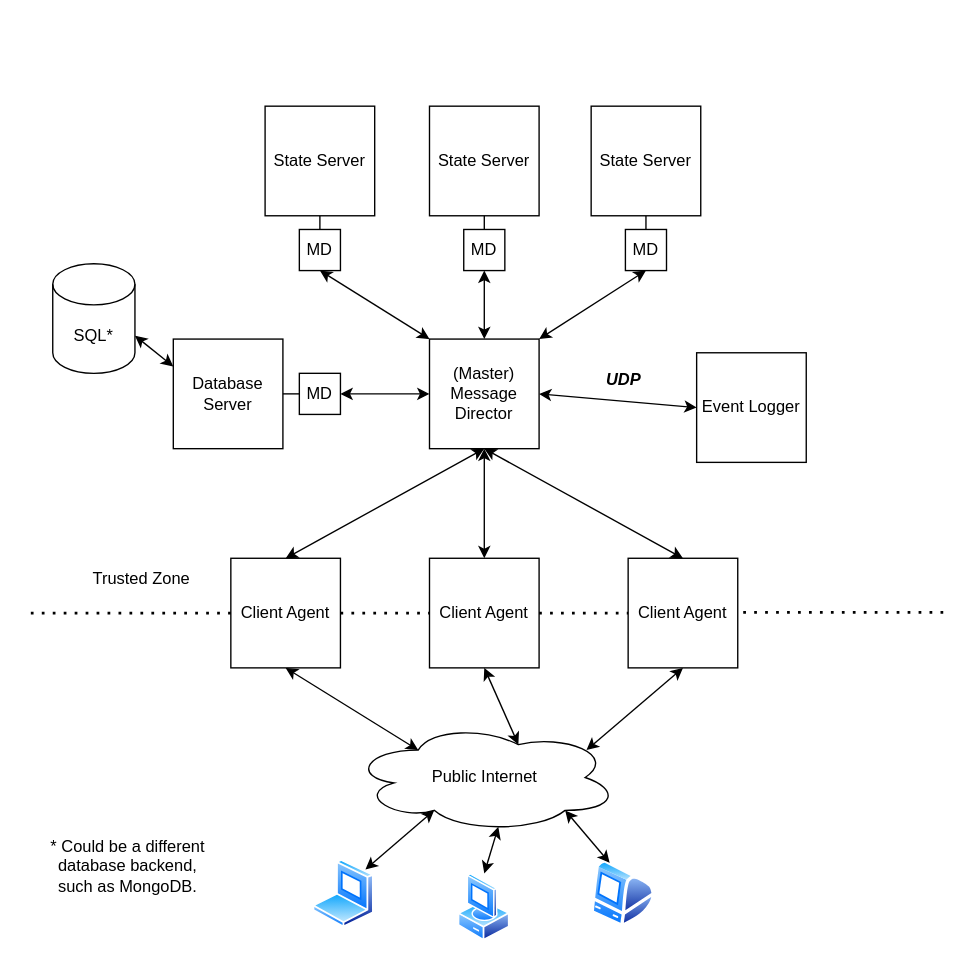
Before: docs/images/cluster_diagram.drawio in donet-server/donet, a draw.io diagram. Source tidied: cells renumbered, new cells numbered last; positions are measured from the earlier drawing's top-left corner, leaving out a move shared by most shapes. Both pictures are drawn from the tidied source at 137%, with x=0, y=0 at pixel (25, 105).
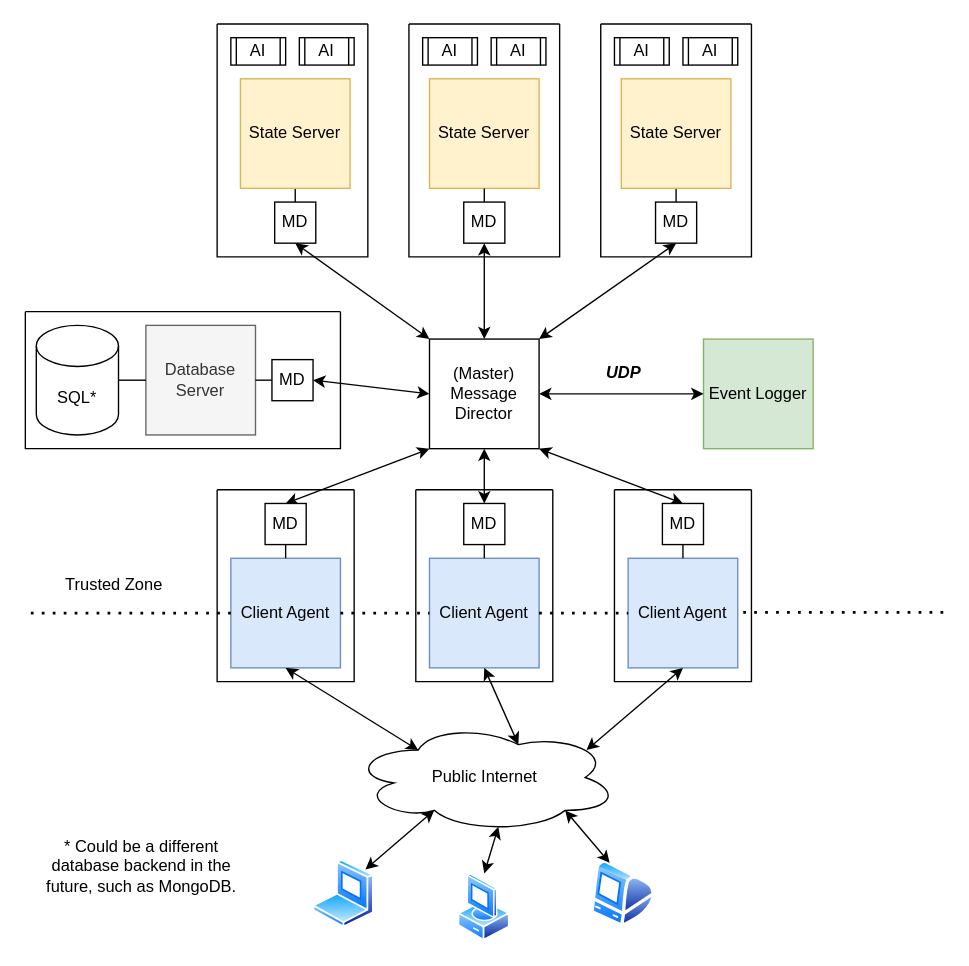
The same page after the edit.

The change refers to these unchanged cells:
```xml
<mxCell id="2" value="&lt;div&gt;(Master)&lt;br&gt;&lt;/div&gt;&lt;div&gt;Message Director&lt;/div&gt;" style="whiteSpace=wrap;html=1;" parent="1" vertex="1">
  <mxGeometry x="295" y="170" width="80" height="80" as="geometry" />
</mxCell>
```

What changed in the source:
```diff
@@
-    <mxCell id="3" value="Client Agent" style="whiteSpace=wrap;html=1;" parent="1" vertex="1">
+    <mxCell id="3" value="Client Agent" style="whiteSpace=wrap;html=1;fillColor=#dae8fc;strokeColor=#6c8ebf;" parent="1" vertex="1">
       <mxGeometry x="295" y="330" width="80" height="80" as="geometry" />
     </mxCell>
-    <mxCell id="4" value="Client Agent" style="whiteSpace=wrap;html=1;" parent="1" vertex="1">
+    <mxCell id="4" value="Client Agent" style="whiteSpace=wrap;html=1;fillColor=#dae8fc;strokeColor=#6c8ebf;" parent="1" vertex="1">
       <mxGeometry x="440" y="330" width="80" height="80" as="geometry" />
     </mxCell>
-    <mxCell id="5" value="Client Agent" style="whiteSpace=wrap;html=1;" parent="1" vertex="1">
+    <mxCell id="5" value="Client Agent" style="whiteSpace=wrap;html=1;fillColor=#dae8fc;strokeColor=#6c8ebf;" parent="1" vertex="1">
       <mxGeometry x="150" y="330" width="80" height="80" as="geometry" />
     </mxCell>
-    <mxCell id="6" value="Event Logger" style="whiteSpace=wrap;html=1;" parent="1" vertex="1">
-      <mxGeometry x="490" y="180" width="80" height="80" as="geometry" />
+    <mxCell id="6" value="Event Logger" style="whiteSpace=wrap;html=1;fillColor=#d5e8d4;strokeColor=#82b366;" parent="1" vertex="1">
+      <mxGeometry x="495" y="170" width="80" height="80" as="geometry" />
     </mxCell>
     <mxCell id="7" value="MD" style="whiteSpace=wrap;html=1;" parent="1" vertex="1">
-      <mxGeometry x="320" y="90" width="30" height="30" as="geometry" />
+      <mxGeometry x="320" y="70" width="30" height="30" as="geometry" />
     </mxCell>
-    <mxCell id="8" value="State Server" style="whiteSpace=wrap;html=1;" parent="1" vertex="1">
-      <mxGeometry x="295" width="80" height="80" as="geometry" />
+    <mxCell id="8" value="State Server" style="whiteSpace=wrap;html=1;fillColor=#fff2cc;strokeColor=#d6b656;" parent="1" vertex="1">
+      <mxGeometry x="295" y="-20" width="80" height="80" as="geometry" />
     </mxCell>
-    <mxCell id="9" style="endArrow=classic;startArrow=classic;html=1;rounded=0;exitX=0.5;exitY=0;exitDx=0;exitDy=0;entryX=0.5;entryY=1;entryDx=0;entryDy=0;" parent="1" edge="1" source="5" target="2">
+    <mxCell id="9" style="endArrow=classic;startArrow=classic;html=1;rounded=0;exitX=0.5;exitY=0;exitDx=0;exitDy=0;entryX=0;entryY=1;entryDx=0;entryDy=0;" parent="1" edge="1" source="46" target="2">
       <mxGeometry relative="1" as="geometry" />
     </mxCell>
-    <mxCell id="10" style="endArrow=classic;startArrow=classic;html=1;rounded=0;entryX=0.5;entryY=1;entryDx=0;entryDy=0;exitX=0.5;exitY=0;exitDx=0;exitDy=0;" parent="1" edge="1" source="3" target="2">
+    <mxCell id="10" style="endArrow=classic;startArrow=classic;html=1;rounded=0;entryX=0.5;entryY=1;entryDx=0;entryDy=0;exitX=0.5;exitY=0;exitDx=0;exitDy=0;" parent="1" edge="1" source="47" target="2">
       <mxGeometry relative="1" as="geometry" />
     </mxCell>
-    <mxCell id="11" style="endArrow=classic;startArrow=classic;html=1;rounded=0;entryX=0.5;entryY=1;entryDx=0;entryDy=0;exitX=0.5;exitY=0;exitDx=0;exitDy=0;" parent="1" edge="1" source="4" target="2">
+    <mxCell id="11" style="endArrow=classic;startArrow=classic;html=1;rounded=0;entryX=1;entryY=1;entryDx=0;entryDy=0;exitX=0.5;exitY=0;exitDx=0;exitDy=0;" parent="1" edge="1" source="48" target="2">
       <mxGeometry relative="1" as="geometry" />
     </mxCell>
@@
     <mxCell id="15" value="UDP" style="text;html=1;strokeColor=none;fillColor=none;align=center;verticalAlign=middle;whiteSpace=wrap;rounded=0;rotation=0;fontStyle=3;" parent="1" vertex="1">
-      <mxGeometry x="401.5" y="190" width="70" height="20" as="geometry" />
+      <mxGeometry x="401.5" y="185" width="70" height="20" as="geometry" />
     </mxCell>
     <mxCell id="16" value="Trusted Zone" style="text;html=1;strokeColor=none;fillColor=none;align=center;verticalAlign=middle;whiteSpace=wrap;rounded=0;" parent="1" vertex="1">
-      <mxGeometry x="30" y="330" width="110" height="30" as="geometry" />
+      <mxGeometry x="10" y="335" width="110" height="30" as="geometry" />
     </mxCell>
-    <mxCell id="17" style="endArrow=none;dashed=1;html=1;dashPattern=1 3;strokeWidth=2;rounded=0;exitX=1;exitY=0.5;exitDx=0;exitDy=0;entryX=0;entryY=0.5;entryDx=0;entryDy=0;" parent="1" edge="1" source="5" target="3">
+    <mxCell id="17" style="endArrow=none;dashed=1;html=1;dashPattern=1 3;strokeWidth=2;rounded=0;exitX=1;exitY=0.5;exitDx=0;exitDy=0;entryX=0;entryY=0.5;entryDx=0;entryDy=0;fontColor=#FF6666;" parent="1" edge="1" source="5" target="3">
       <mxGeometry relative="1" as="geometry" />
     </mxCell>
-    <mxCell id="18" style="endArrow=none;dashed=1;html=1;dashPattern=1 3;strokeWidth=2;rounded=0;exitX=1;exitY=0.5;exitDx=0;exitDy=0;entryX=0;entryY=0.5;entryDx=0;entryDy=0;" parent="1" edge="1" source="3" target="4">
+    <mxCell id="18" style="endArrow=none;dashed=1;html=1;dashPattern=1 3;strokeWidth=2;rounded=0;exitX=1;exitY=0.5;exitDx=0;exitDy=0;entryX=0;entryY=0.5;entryDx=0;entryDy=0;fontColor=#FF6666;" parent="1" edge="1" source="3" target="4">
       <mxGeometry relative="1" as="geometry" />
     </mxCell>
-    <mxCell id="19" style="endArrow=none;dashed=1;html=1;dashPattern=1 3;strokeWidth=2;rounded=0;exitX=0;exitY=0.5;exitDx=0;exitDy=0;" parent="1" edge="1" source="5">
+    <mxCell id="19" style="endArrow=none;dashed=1;html=1;dashPattern=1 3;strokeWidth=2;rounded=0;exitX=0;exitY=0.5;exitDx=0;exitDy=0;fontColor=#FF6666;" parent="1" edge="1" source="5">
       <mxGeometry relative="1" as="geometry">
         <mxPoint y="370" as="targetPoint" />
       </mxGeometry>
     </mxCell>
@@
-    <mxCell id="31" value="State Server" style="whiteSpace=wrap;html=1;" parent="1" vertex="1">
-      <mxGeometry x="413" width="80" height="80" as="geometry" />
+    <mxCell id="31" value="State Server" style="whiteSpace=wrap;html=1;fillColor=#fff2cc;strokeColor=#d6b656;" parent="1" vertex="1">
+      <mxGeometry x="435" y="-20" width="80" height="80" as="geometry" />
     </mxCell>
     <mxCell id="32" value="MD" style="whiteSpace=wrap;html=1;" parent="1" vertex="1">
-      <mxGeometry x="438" y="90" width="30" height="30" as="geometry" />
+      <mxGeometry x="460" y="70" width="30" height="30" as="geometry" />
     </mxCell>
@@
-    <mxCell id="34" value="State Server" style="whiteSpace=wrap;html=1;" parent="1" vertex="1">
-      <mxGeometry x="175" width="80" height="80" as="geometry" />
+    <mxCell id="34" value="State Server" style="whiteSpace=wrap;html=1;fillColor=#fff2cc;strokeColor=#d6b656;" parent="1" vertex="1">
+      <mxGeometry x="157" y="-20" width="80" height="80" as="geometry" />
     </mxCell>
     <mxCell id="35" value="MD" style="whiteSpace=wrap;html=1;" parent="1" vertex="1">
-      <mxGeometry x="200" y="90" width="30" height="30" as="geometry" />
+      <mxGeometry x="182" y="70" width="30" height="30" as="geometry" />
     </mxCell>
@@
-    <mxCell id="38" value="Database Server" style="whiteSpace=wrap;html=1;" parent="1" vertex="1">
-      <mxGeometry x="108" y="170" width="80" height="80" as="geometry" />
+    <mxCell id="38" value="Database Server" style="whiteSpace=wrap;html=1;fillColor=#f5f5f5;fontColor=#333333;strokeColor=#666666;" parent="1" vertex="1">
+      <mxGeometry x="88" y="160" width="80" height="80" as="geometry" />
     </mxCell>
@@
     <mxCell id="40" value="MD" style="whiteSpace=wrap;html=1;" parent="1" vertex="1">
-      <mxGeometry x="200" y="195" width="30" height="30" as="geometry" />
+      <mxGeometry x="180" y="185" width="30" height="30" as="geometry" />
     </mxCell>
@@
     <mxCell id="42" value="SQL*" style="shape=cylinder3;whiteSpace=wrap;html=1;boundedLbl=1;backgroundOutline=1;size=15;" parent="1" vertex="1">
-      <mxGeometry x="20" y="115" width="60" height="80" as="geometry" />
+      <mxGeometry x="8" y="160" width="60" height="80" as="geometry" />
     </mxCell>
-    <mxCell id="43" style="endArrow=classic;startArrow=classic;html=1;rounded=0;entryX=1;entryY=0;entryDx=0;entryDy=52.5;entryPerimeter=0;exitX=0;exitY=0.25;exitDx=0;exitDy=0;" parent="1" edge="1" source="38" target="42">
-      <mxGeometry relative="1" as="geometry" />
-    </mxCell>
-    <mxCell id="44" style="endArrow=none;dashed=1;html=1;dashPattern=1 3;strokeWidth=2;rounded=0;exitX=0;exitY=0.5;exitDx=0;exitDy=0;" parent="1" edge="1">
+    <mxCell id="44" style="endArrow=none;dashed=1;html=1;dashPattern=1 3;strokeWidth=2;rounded=0;exitX=0;exitY=0.5;exitDx=0;exitDy=0;fontColor=#FF6666;" parent="1" edge="1">
       <mxGeometry relative="1" as="geometry">
         <mxPoint x="670" y="369.5" as="sourcePoint" />
         <mxPoint x="520" y="369.5" as="targetPoint" />
       </mxGeometry>
     </mxCell>
-    <mxCell id="45" value="* Could be a different database backend, such as MongoDB." style="text;html=1;strokeColor=none;fillColor=none;align=center;verticalAlign=middle;whiteSpace=wrap;rounded=0;" parent="1" vertex="1">
-      <mxGeometry x="10" y="530" width="130" height="50" as="geometry" />
+    <mxCell id="45" value="* Could be a different database backend in the future, such as MongoDB." style="text;html=1;strokeColor=none;fillColor=none;align=center;verticalAlign=middle;whiteSpace=wrap;rounded=0;" parent="1" vertex="1">
+      <mxGeometry x="10" y="530" width="150" height="50" as="geometry" />
     </mxCell>
+    <mxCell id="46" value="MD" style="whiteSpace=wrap;html=1;" parent="1" vertex="1">
+      <mxGeometry x="175" y="290" width="30" height="30" as="geometry" />
+    </mxCell>
+    <mxCell id="47" value="MD" style="whiteSpace=wrap;html=1;" parent="1" vertex="1">
+      <mxGeometry x="320" y="290" width="30" height="30" as="geometry" />
+    </mxCell>
+    <mxCell id="48" value="MD" style="whiteSpace=wrap;html=1;" parent="1" vertex="1">
+      <mxGeometry x="465" y="290" width="30" height="30" as="geometry" />
+    </mxCell>
+    <mxCell id="49" style="endArrow=none;html=1;rounded=0;exitX=0.5;exitY=0;exitDx=0;exitDy=0;entryX=0.5;entryY=1;entryDx=0;entryDy=0;" parent="1" edge="1" source="3" target="47">
+      <mxGeometry relative="1" as="geometry" />
+    </mxCell>
+    <mxCell id="50" style="endArrow=none;html=1;rounded=0;entryX=0.5;entryY=1;entryDx=0;entryDy=0;exitX=0.5;exitY=0;exitDx=0;exitDy=0;" parent="1" edge="1" source="5" target="46">
+      <mxGeometry relative="1" as="geometry" />
+    </mxCell>
+    <mxCell id="51" style="endArrow=none;html=1;rounded=0;entryX=0.5;entryY=1;entryDx=0;entryDy=0;exitX=0.5;exitY=0;exitDx=0;exitDy=0;" parent="1" edge="1" source="4" target="48">
+      <mxGeometry relative="1" as="geometry" />
+    </mxCell>
+    <mxCell id="52" value="AI" style="shape=process;whiteSpace=wrap;html=1;backgroundOutline=1;" parent="1" vertex="1">
+      <mxGeometry x="150" y="-50" width="40" height="20" as="geometry" />
+    </mxCell>
+    <mxCell id="53" value="AI" style="shape=process;whiteSpace=wrap;html=1;backgroundOutline=1;" parent="1" vertex="1">
+      <mxGeometry x="200" y="-50" width="40" height="20" as="geometry" />
+    </mxCell>
+    <mxCell id="54" style="endArrow=none;html=1;rounded=0;entryX=0;entryY=0.5;entryDx=0;entryDy=0;exitX=1;exitY=0.5;exitDx=0;exitDy=0;exitPerimeter=0;" parent="1" edge="1" source="42" target="38">
+      <mxGeometry relative="1" as="geometry" />
+    </mxCell>
+    <mxCell id="55" style="swimlane;startSize=0;" parent="1" vertex="1">
+      <mxGeometry y="150" width="230" height="100" as="geometry" />
+    </mxCell>
+    <mxCell id="56" style="swimlane;startSize=0;" parent="1" vertex="1">
+      <mxGeometry x="140" y="-60" width="110" height="170" as="geometry" />
+    </mxCell>
+    <mxCell id="57" style="swimlane;startSize=0;" parent="1" vertex="1">
+      <mxGeometry x="280" y="-60" width="110" height="170" as="geometry" />
+    </mxCell>
+    <mxCell id="58" value="AI" style="shape=process;whiteSpace=wrap;html=1;backgroundOutline=1;" parent="57" vertex="1">
+      <mxGeometry x="60" y="10" width="40" height="20" as="geometry" />
+    </mxCell>
+    <mxCell id="59" value="AI" style="shape=process;whiteSpace=wrap;html=1;backgroundOutline=1;" parent="57" vertex="1">
+      <mxGeometry x="10" y="10" width="40" height="20" as="geometry" />
+    </mxCell>
+    <mxCell id="60" style="swimlane;startSize=0;" parent="1" vertex="1">
+      <mxGeometry x="420" y="-60" width="110" height="170" as="geometry" />
+    </mxCell>
+    <mxCell id="61" value="AI" style="shape=process;whiteSpace=wrap;html=1;backgroundOutline=1;" parent="60" vertex="1">
+      <mxGeometry x="60" y="10" width="40" height="20" as="geometry" />
+    </mxCell>
+    <mxCell id="62" value="AI" style="shape=process;whiteSpace=wrap;html=1;backgroundOutline=1;" parent="60" vertex="1">
+      <mxGeometry x="10" y="10" width="40" height="20" as="geometry" />
+    </mxCell>
+    <mxCell id="63" style="swimlane;startSize=0;" parent="1" vertex="1">
+      <mxGeometry x="140" y="280" width="100" height="140" as="geometry" />
+    </mxCell>
+    <mxCell id="64" style="swimlane;startSize=0;" parent="1" vertex="1">
+      <mxGeometry x="285" y="280" width="100" height="140" as="geometry" />
+    </mxCell>
+    <mxCell id="65" style="swimlane;startSize=0;" parent="1" vertex="1">
+      <mxGeometry x="430" y="280" width="100" height="140" as="geometry" />
+    </mxCell>
```
